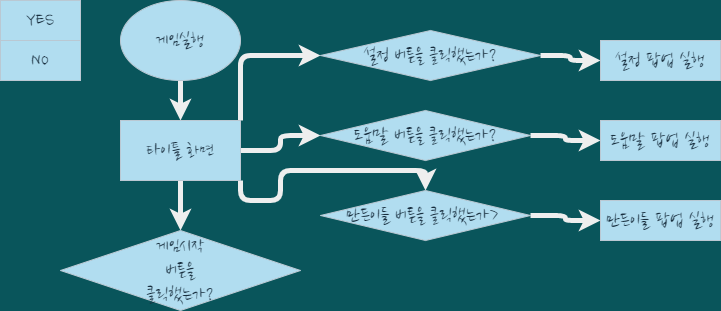
This is gameplay_flowchat.drawio.png from kinesis19/stac_project_SME, a draw.io export, as it was before one commit. Source tidied: cells renumbered, new cells last; positions are measured from the earlier drawing's top-left corner, leaving out a move shared by most shapes.
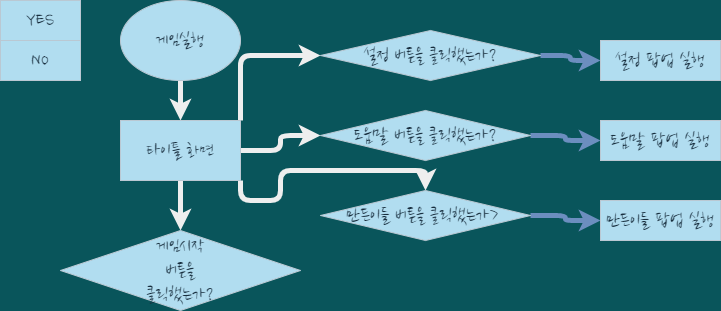
Above is the later version.

What changed in the source:
```diff
@@ -32,19 +32,19 @@
     <mxCell id="11" value="게임시작&lt;br&gt;버튼을&lt;br&gt;클릭했는가?" style="rhombus;whiteSpace=wrap;html=1;rounded=0;sketch=0;fontFamily=Nanum Brush Script;fontSource=https%3A%2F%2Ffonts.googleapis.com%2Fcss%3Ffamily%3DNanum%2BBrush%2BScript;fontSize=20;fillColor=#B1DDF0;strokeColor=#BAC8D3;fontColor=#182E3E;" parent="1" vertex="1">
       <mxGeometry x="60" y="230" width="240" height="80" as="geometry" />
     </mxCell>
-    <mxCell id="12" style="edgeStyle=orthogonalEdgeStyle;curved=0;rounded=1;sketch=0;jettySize=auto;html=1;entryX=0;entryY=0.5;entryDx=0;entryDy=0;fontColor=#FFFFFF;strokeColor=#EEEEEE;strokeWidth=5;" parent="1" edge="1" source="13" target="18">
+    <mxCell id="12" style="edgeStyle=orthogonalEdgeStyle;curved=0;rounded=1;sketch=0;jettySize=auto;html=1;entryX=0;entryY=0.5;entryDx=0;entryDy=0;fontColor=#FFFFFF;strokeColor=#6c8ebf;strokeWidth=5;fillColor=#dae8fc;gradientColor=#7ea6e0;" parent="1" edge="1" source="13" target="18">
       <mxGeometry relative="1" as="geometry" />
     </mxCell>
     <mxCell id="13" value="설정 버튼을 클릭했는가?" style="rhombus;whiteSpace=wrap;html=1;rounded=0;sketch=0;fontFamily=Nanum Brush Script;fontSource=https%3A%2F%2Ffonts.googleapis.com%2Fcss%3Ffamily%3DNanum%2BBrush%2BScript;fontSize=20;fillColor=#B1DDF0;strokeColor=#BAC8D3;fontColor=#182E3E;" parent="1" vertex="1">
       <mxGeometry x="320" y="30" width="220" height="50" as="geometry" />
     </mxCell>
-    <mxCell id="14" style="edgeStyle=orthogonalEdgeStyle;curved=0;rounded=1;sketch=0;jettySize=auto;html=1;exitX=1;exitY=0.5;exitDx=0;exitDy=0;entryX=0;entryY=0.5;entryDx=0;entryDy=0;fontColor=#FFFFFF;strokeColor=#EEEEEE;strokeWidth=5;" parent="1" edge="1" source="15" target="19">
+    <mxCell id="14" style="edgeStyle=orthogonalEdgeStyle;curved=0;rounded=1;sketch=0;jettySize=auto;html=1;exitX=1;exitY=0.5;exitDx=0;exitDy=0;entryX=0;entryY=0.5;entryDx=0;entryDy=0;fontColor=#FFFFFF;strokeColor=#6c8ebf;strokeWidth=5;fillColor=#dae8fc;gradientColor=#7ea6e0;" parent="1" edge="1" source="15" target="19">
       <mxGeometry relative="1" as="geometry" />
     </mxCell>
     <mxCell id="15" value="도움말 버튼을 클릭했는가?" style="rhombus;whiteSpace=wrap;html=1;rounded=0;sketch=0;fontFamily=Nanum Brush Script;fontSource=https%3A%2F%2Ffonts.googleapis.com%2Fcss%3Ffamily%3DNanum%2BBrush%2BScript;fontSize=20;fillColor=#B1DDF0;strokeColor=#BAC8D3;fontColor=#182E3E;" parent="1" vertex="1">
       <mxGeometry x="320" y="110" width="210" height="50" as="geometry" />
     </mxCell>
-    <mxCell id="16" style="edgeStyle=orthogonalEdgeStyle;curved=0;rounded=1;sketch=0;jettySize=auto;html=1;exitX=1;exitY=0.5;exitDx=0;exitDy=0;fontColor=#FFFFFF;strokeColor=#EEEEEE;strokeWidth=5;" parent="1" edge="1" source="17" target="20">
+    <mxCell id="16" style="edgeStyle=orthogonalEdgeStyle;curved=0;rounded=1;sketch=0;jettySize=auto;html=1;exitX=1;exitY=0.5;exitDx=0;exitDy=0;fontColor=#FFFFFF;strokeColor=#6c8ebf;strokeWidth=5;fillColor=#dae8fc;gradientColor=#7ea6e0;" parent="1" edge="1" source="17" target="20">
       <mxGeometry relative="1" as="geometry" />
     </mxCell>
     <mxCell id="17" value="만든이들 버튼을 클릭했는가&amp;gt;&amp;nbsp;" style="rhombus;whiteSpace=wrap;html=1;rounded=0;sketch=0;fontFamily=Nanum Brush Script;fontSource=https%3A%2F%2Ffonts.googleapis.com%2Fcss%3Ffamily%3DNanum%2BBrush%2BScript;fontSize=20;fillColor=#B1DDF0;strokeColor=#BAC8D3;fontColor=#182E3E;" parent="1" vertex="1">
```
